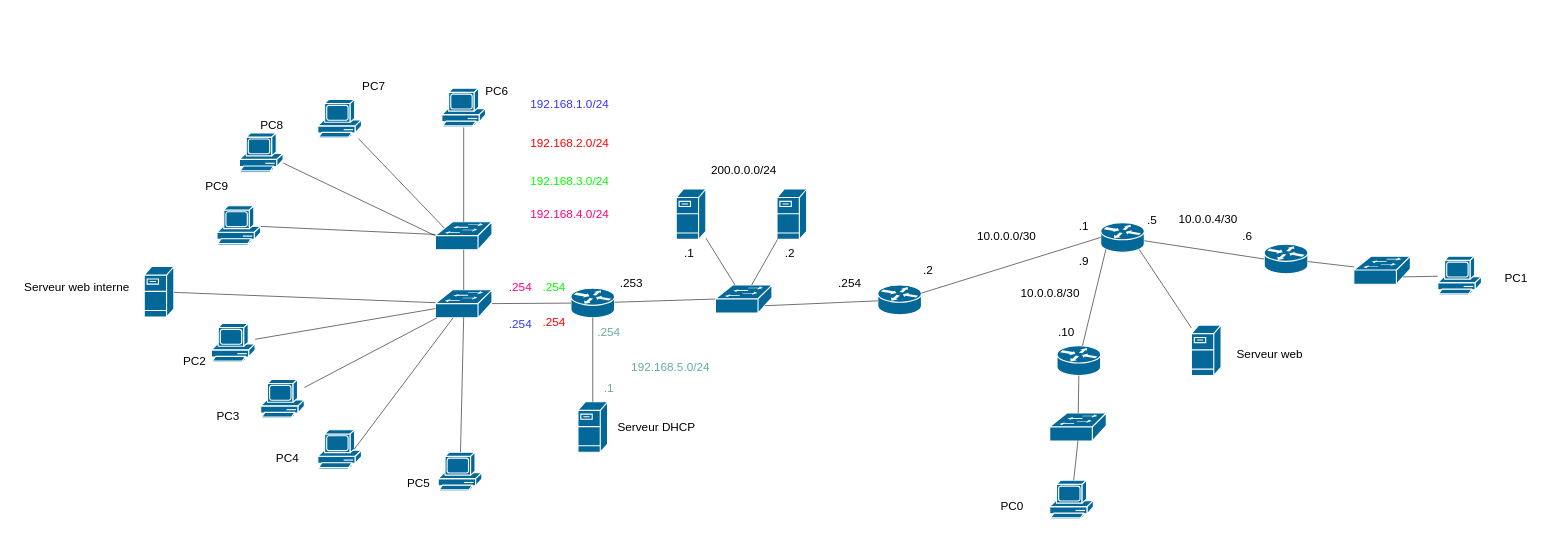
The draw.io diagram schema.drawio in CamilleSchlegel/SAE21, before the edit. Source tidied: cells renumbered, new cells numbered last; positions are measured from the earlier drawing's top-left corner, leaving out a move shared by most shapes. Both pictures are drawn from the tidied source at 56%, with x=0, y=0 at pixel (10, 77).
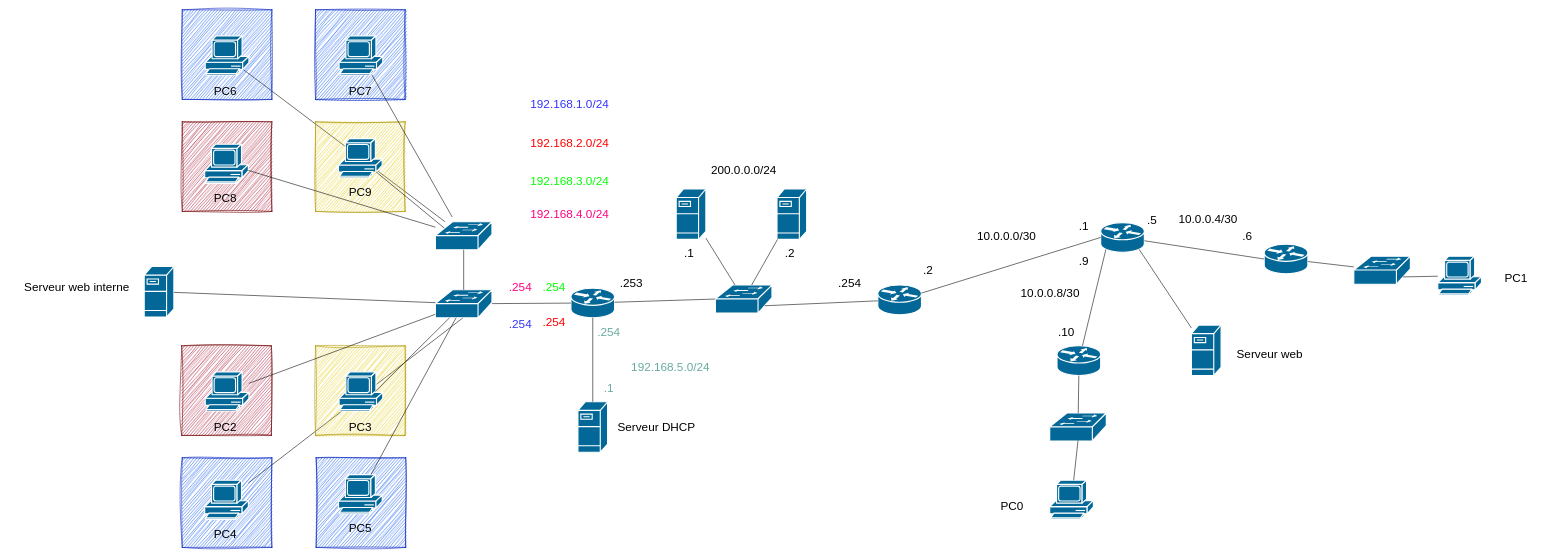
The same diagram, later.

The change refers to these unchanged cells:
```xml
<mxCell id="11" style="shape=mxgraph.cisco.switches.workgroup_switch;sketch=0;html=1;dashed=0;fillColor=#036897;strokeColor=#ffffff;strokeWidth=2;verticalLabelPosition=bottom;verticalAlign=top;align=center;outlineConnect=0;" parent="1" vertex="1">
  <mxGeometry x="760" y="258.5" width="101" height="50" as="geometry" />
</mxCell>
<mxCell id="13" style="shape=mxgraph.cisco.switches.workgroup_switch;sketch=0;html=1;dashed=0;fillColor=#036897;strokeColor=#ffffff;strokeWidth=2;verticalLabelPosition=bottom;verticalAlign=top;align=center;outlineConnect=0;" parent="1" vertex="1">
  <mxGeometry x="760" y="380" width="101" height="50" as="geometry" />
</mxCell>
```

What changed in the source:
```diff
@@
+    <mxCell id="89" style="endArrow=none;html=1;entryX=0.5;entryY=0.98;entryDx=0;entryDy=0;entryPerimeter=0;" parent="1" edge="1" source="103" target="13">
+      <mxGeometry relative="1" as="geometry" />
+    </mxCell>
+    <mxCell id="90" style="endArrow=none;html=1;entryX=0.86;entryY=0.85;entryDx=0;entryDy=0;entryPerimeter=0;" parent="1" edge="1" source="11" target="3">
+      <mxGeometry relative="1" as="geometry" />
+    </mxCell>
+    <mxCell id="91" style="whiteSpace=wrap;html=1;fillColor=#0050ef;strokeColor=#001DBC;rounded=0;glass=0;sketch=1;curveFitting=1;jiggle=2;fontColor=#ffffff;" parent="1" vertex="1">
+      <mxGeometry x="308" y="-120" width="160" height="160" as="geometry" />
+    </mxCell>
+    <mxCell id="92" style="whiteSpace=wrap;html=1;fillColor=#0050ef;strokeColor=#001DBC;rounded=0;glass=0;sketch=1;curveFitting=1;jiggle=2;fontColor=#ffffff;" parent="1" vertex="1">
+      <mxGeometry x="546" y="-120" width="160" height="160" as="geometry" />
+    </mxCell>
+    <mxCell id="93" style="whiteSpace=wrap;html=1;fillColor=#e3c800;fontColor=#000000;strokeColor=#B09500;rounded=0;glass=0;sketch=1;curveFitting=1;jiggle=2;" parent="1" vertex="1">
+      <mxGeometry x="546" y="80" width="160" height="160" as="geometry" />
+    </mxCell>
+    <mxCell id="94" style="whiteSpace=wrap;html=1;fillColor=#a20025;fontColor=#ffffff;strokeColor=#6F0000;rounded=0;glass=0;sketch=1;curveFitting=1;jiggle=2;" parent="1" vertex="1">
+      <mxGeometry x="308" y="80" width="160" height="160" as="geometry" />
+    </mxCell>
     <mxCell id="2" style="shape=mxgraph.cisco.computers_and_peripherals.pc;html=1;dashed=0;fillColor=#036897;strokeColor=#ffffff;strokeWidth=2;verticalLabelPosition=bottom;verticalAlign=top;align=center;outlineConnect=0;" parent="1" vertex="1">
-      <mxGeometry x="550" y="40" width="78" height="70" as="geometry" />
+      <mxGeometry x="588" y="-73.5" width="78" height="70" as="geometry" />
     </mxCell>
     <mxCell id="3" style="shape=mxgraph.cisco.computers_and_peripherals.pc;html=1;dashed=0;fillColor=#036897;strokeColor=#ffffff;strokeWidth=2;verticalLabelPosition=bottom;verticalAlign=top;align=center;outlineConnect=0;" parent="1" vertex="1">
-      <mxGeometry x="771.5" y="20" width="78" height="70" as="geometry" />
+      <mxGeometry x="349" y="-73.5" width="78" height="70" as="geometry" />
     </mxCell>
     <mxCell id="4" style="shape=mxgraph.cisco.computers_and_peripherals.pc;html=1;dashed=0;fillColor=#036897;strokeColor=#ffffff;strokeWidth=2;verticalLabelPosition=bottom;verticalAlign=top;align=center;outlineConnect=0;" parent="1" vertex="1">
-      <mxGeometry x="370" y="230" width="78" height="70" as="geometry" />
+      <mxGeometry x="587" y="110" width="78" height="70" as="geometry" />
     </mxCell>
     <mxCell id="5" style="shape=mxgraph.cisco.computers_and_peripherals.pc;html=1;dashed=0;fillColor=#036897;strokeColor=#ffffff;strokeWidth=2;verticalLabelPosition=bottom;verticalAlign=top;align=center;outlineConnect=0;" parent="1" vertex="1">
-      <mxGeometry x="410" y="100" width="78" height="70" as="geometry" />
+      <mxGeometry x="348" y="120" width="78" height="70" as="geometry" />
     </mxCell>
-    <mxCell id="6" style="shape=mxgraph.cisco.computers_and_peripherals.pc;html=1;dashed=0;fillColor=#036897;strokeColor=#ffffff;strokeWidth=2;verticalLabelPosition=bottom;verticalAlign=top;align=center;outlineConnect=0;" parent="1" vertex="1">
-      <mxGeometry x="360" y="440" width="78" height="70" as="geometry" />
-    </mxCell>
-    <mxCell id="7" style="shape=mxgraph.cisco.computers_and_peripherals.pc;html=1;dashed=0;fillColor=#036897;strokeColor=#ffffff;strokeWidth=2;verticalLabelPosition=bottom;verticalAlign=top;align=center;outlineConnect=0;" parent="1" vertex="1">
-      <mxGeometry x="448" y="540" width="78" height="70" as="geometry" />
-    </mxCell>
-    <mxCell id="8" style="shape=mxgraph.cisco.computers_and_peripherals.pc;html=1;dashed=0;fillColor=#036897;strokeColor=#ffffff;strokeWidth=2;verticalLabelPosition=bottom;verticalAlign=top;align=center;outlineConnect=0;" parent="1" vertex="1">
-      <mxGeometry x="550" y="630" width="78" height="70" as="geometry" />
-    </mxCell>
-    <mxCell id="9" style="shape=mxgraph.cisco.computers_and_peripherals.pc;html=1;dashed=0;fillColor=#036897;strokeColor=#ffffff;strokeWidth=2;verticalLabelPosition=bottom;verticalAlign=top;align=center;outlineConnect=0;" parent="1" vertex="1">
-      <mxGeometry x="765" y="670" width="78" height="70" as="geometry" />
-    </mxCell>
@@
-    <mxCell id="23" style="endArrow=none;html=1;rounded=0;entryX=0.5;entryY=0.98;entryDx=0;entryDy=0;entryPerimeter=0;" parent="1" edge="1" source="9" target="13">
-      <mxGeometry relative="1" as="geometry" />
-    </mxCell>
-    <mxCell id="24" style="endArrow=none;html=1;rounded=0;" parent="1" edge="1" source="7" target="13">
-      <mxGeometry relative="1" as="geometry" />
-    </mxCell>
-    <mxCell id="25" style="endArrow=none;html=1;rounded=0;exitX=0.83;exitY=0.5;exitDx=0;exitDy=0;exitPerimeter=0;" parent="1" edge="1" source="8" target="13">
-      <mxGeometry relative="1" as="geometry" />
-    </mxCell>
-    <mxCell id="26" style="endArrow=none;html=1;rounded=0;" parent="1" edge="1" source="6" target="13">
-      <mxGeometry relative="1" as="geometry" />
-    </mxCell>
@@
-    <mxCell id="28" style="endArrow=none;html=1;rounded=0;" parent="1" edge="1" source="3" target="11">
-      <mxGeometry relative="1" as="geometry" />
-    </mxCell>
-    <mxCell id="29" style="endArrow=none;html=1;rounded=0;entryX=0.16;entryY=0.23;entryDx=0;entryDy=0;entryPerimeter=0;" parent="1" edge="1" source="2" target="11">
-      <mxGeometry relative="1" as="geometry" />
+    <mxCell id="29" style="endArrow=none;html=1;rounded=0;" parent="1" edge="1" source="2">
+      <mxGeometry relative="1" as="geometry">
+        <mxPoint x="790" y="250" as="targetPoint" />
+      </mxGeometry>
     </mxCell>
-    <mxCell id="30" style="endArrow=none;html=1;rounded=0;" parent="1" edge="1" source="4" target="11">
-      <mxGeometry relative="1" as="geometry" />
-    </mxCell>
-    <mxCell id="31" style="endArrow=none;html=1;rounded=0;entryX=0;entryY=0.5;entryDx=0;entryDy=0;entryPerimeter=0;" parent="1" edge="1" source="5" target="11">
-      <mxGeometry relative="1" as="geometry" />
-    </mxCell>
@@
-    <mxCell id="66" value="&lt;font style=&quot;font-size: 21px;&quot;&gt;PC2&lt;/font&gt;" style="text;html=1;strokeColor=none;fillColor=none;align=center;verticalAlign=middle;whiteSpace=wrap;rounded=0;" parent="1" vertex="1">
-      <mxGeometry x="300" y="491.5" width="60" height="30" as="geometry" />
-    </mxCell>
-    <mxCell id="67" value="&lt;font style=&quot;font-size: 21px;&quot;&gt;PC5&lt;/font&gt;" style="text;html=1;strokeColor=none;fillColor=none;align=center;verticalAlign=middle;whiteSpace=wrap;rounded=0;" parent="1" vertex="1">
-      <mxGeometry x="700" y="710" width="60" height="30" as="geometry" />
-    </mxCell>
-    <mxCell id="68" value="&lt;font style=&quot;font-size: 21px;&quot;&gt;PC4&lt;/font&gt;" style="text;html=1;strokeColor=none;fillColor=none;align=center;verticalAlign=middle;whiteSpace=wrap;rounded=0;" parent="1" vertex="1">
-      <mxGeometry x="466" y="665" width="60" height="30" as="geometry" />
-    </mxCell>
-    <mxCell id="69" value="&lt;font style=&quot;font-size: 21px;&quot;&gt;PC3&lt;/font&gt;" style="text;html=1;strokeColor=none;fillColor=none;align=center;verticalAlign=middle;whiteSpace=wrap;rounded=0;" parent="1" vertex="1">
-      <mxGeometry x="360" y="590" width="60" height="30" as="geometry" />
-    </mxCell>
     <mxCell id="70" value="&lt;font style=&quot;font-size: 21px;&quot;&gt;PC6&lt;/font&gt;" style="text;html=1;strokeColor=none;fillColor=none;align=center;verticalAlign=middle;whiteSpace=wrap;rounded=0;" parent="1" vertex="1">
-      <mxGeometry x="840" y="10" width="60" height="30" as="geometry" />
+      <mxGeometry x="355" y="10" width="60" height="30" as="geometry" />
     </mxCell>
     <mxCell id="71" value="&lt;div&gt;&lt;font style=&quot;font-size: 21px;&quot;&gt;PC7&lt;/font&gt;&lt;/div&gt;" style="text;html=1;strokeColor=none;fillColor=none;align=center;verticalAlign=middle;whiteSpace=wrap;rounded=0;" parent="1" vertex="1">
-      <mxGeometry x="620" width="60" height="30" as="geometry" />
+      <mxGeometry x="596" y="10" width="60" height="30" as="geometry" />
     </mxCell>
     <mxCell id="72" value="&lt;font style=&quot;font-size: 21px;&quot;&gt;PC8&lt;/font&gt;" style="text;html=1;strokeColor=none;fillColor=none;align=center;verticalAlign=middle;whiteSpace=wrap;rounded=0;" parent="1" vertex="1">
-      <mxGeometry x="438" y="70" width="60" height="30" as="geometry" />
+      <mxGeometry x="355" y="200" width="60" height="30" as="geometry" />
     </mxCell>
     <mxCell id="73" value="&lt;div&gt;&lt;font style=&quot;font-size: 21px;&quot;&gt;PC9&lt;/font&gt;&lt;/div&gt;" style="text;html=1;strokeColor=none;fillColor=none;align=center;verticalAlign=middle;whiteSpace=wrap;rounded=0;" parent="1" vertex="1">
-      <mxGeometry x="340" y="180" width="60" height="30" as="geometry" />
+      <mxGeometry x="596" y="190" width="60" height="30" as="geometry" />
     </mxCell>
@@
+    <mxCell id="31" style="endArrow=none;html=1;" parent="1" edge="1" source="5" target="11">
+      <mxGeometry relative="1" as="geometry" />
+    </mxCell>
+    <mxCell id="95" style="endArrow=none;html=1;entryX=0.86;entryY=0.85;entryDx=0;entryDy=0;entryPerimeter=0;exitX=0.16;exitY=0.23;exitDx=0;exitDy=0;exitPerimeter=0;" parent="1" edge="1" source="11" target="4">
+      <mxGeometry relative="1" as="geometry" />
+    </mxCell>
+    <mxCell id="96" style="whiteSpace=wrap;html=1;fillColor=#0050ef;strokeColor=#001DBC;rounded=0;glass=0;sketch=1;curveFitting=1;jiggle=2;fontColor=#ffffff;" parent="1" vertex="1">
+      <mxGeometry x="308" y="680" width="160" height="160" as="geometry" />
+    </mxCell>
+    <mxCell id="97" style="whiteSpace=wrap;html=1;fillColor=#0050ef;strokeColor=#001DBC;rounded=0;glass=0;sketch=1;curveFitting=1;jiggle=2;fontColor=#ffffff;" parent="1" vertex="1">
+      <mxGeometry x="547" y="680" width="160" height="160" as="geometry" />
+    </mxCell>
+    <mxCell id="98" style="whiteSpace=wrap;html=1;fillColor=#e3c800;fontColor=#000000;strokeColor=#B09500;rounded=0;glass=0;sketch=1;curveFitting=1;jiggle=2;" parent="1" vertex="1">
+      <mxGeometry x="546" y="480" width="160" height="160" as="geometry" />
+    </mxCell>
+    <mxCell id="99" style="whiteSpace=wrap;html=1;fillColor=#a20025;fontColor=#ffffff;strokeColor=#6F0000;rounded=0;glass=0;sketch=1;curveFitting=1;jiggle=2;" parent="1" vertex="1">
+      <mxGeometry x="307" y="480" width="160" height="160" as="geometry" />
+    </mxCell>
+    <mxCell id="100" style="shape=mxgraph.cisco.computers_and_peripherals.pc;html=1;dashed=0;fillColor=#036897;strokeColor=#ffffff;strokeWidth=2;verticalLabelPosition=bottom;verticalAlign=top;align=center;outlineConnect=0;" parent="1" vertex="1">
+      <mxGeometry x="588" y="526.5" width="78" height="70" as="geometry" />
+    </mxCell>
+    <mxCell id="101" style="shape=mxgraph.cisco.computers_and_peripherals.pc;html=1;dashed=0;fillColor=#036897;strokeColor=#ffffff;strokeWidth=2;verticalLabelPosition=bottom;verticalAlign=top;align=center;outlineConnect=0;" parent="1" vertex="1">
+      <mxGeometry x="349" y="526.5" width="78" height="70" as="geometry" />
+    </mxCell>
+    <mxCell id="102" style="shape=mxgraph.cisco.computers_and_peripherals.pc;html=1;dashed=0;fillColor=#036897;strokeColor=#ffffff;strokeWidth=2;verticalLabelPosition=bottom;verticalAlign=top;align=center;outlineConnect=0;" parent="1" vertex="1">
+      <mxGeometry x="587" y="710" width="78" height="70" as="geometry" />
+    </mxCell>
+    <mxCell id="103" style="shape=mxgraph.cisco.computers_and_peripherals.pc;html=1;dashed=0;fillColor=#036897;strokeColor=#ffffff;strokeWidth=2;verticalLabelPosition=bottom;verticalAlign=top;align=center;outlineConnect=0;" parent="1" vertex="1">
+      <mxGeometry x="348" y="720" width="78" height="70" as="geometry" />
+    </mxCell>
+    <mxCell id="66" value="&lt;font style=&quot;font-size: 21px;&quot;&gt;PC2&lt;/font&gt;" style="text;html=1;strokeColor=none;fillColor=none;align=center;verticalAlign=middle;whiteSpace=wrap;rounded=0;" parent="1" vertex="1">
+      <mxGeometry x="355" y="610" width="60" height="30" as="geometry" />
+    </mxCell>
+    <mxCell id="69" value="&lt;div&gt;&lt;font style=&quot;font-size: 21px;&quot;&gt;PC3&lt;/font&gt;&lt;/div&gt;" style="text;html=1;strokeColor=none;fillColor=none;align=center;verticalAlign=middle;whiteSpace=wrap;rounded=0;" parent="1" vertex="1">
+      <mxGeometry x="596" y="610" width="60" height="30" as="geometry" />
+    </mxCell>
+    <mxCell id="68" value="&lt;font style=&quot;font-size: 21px;&quot;&gt;PC4&lt;/font&gt;" style="text;html=1;strokeColor=none;fillColor=none;align=center;verticalAlign=middle;whiteSpace=wrap;rounded=0;" parent="1" vertex="1">
+      <mxGeometry x="355" y="800" width="60" height="30" as="geometry" />
+    </mxCell>
+    <mxCell id="67" value="&lt;div&gt;&lt;font style=&quot;font-size: 21px;&quot;&gt;PC5&lt;/font&gt;&lt;/div&gt;" style="text;html=1;strokeColor=none;fillColor=none;align=center;verticalAlign=middle;whiteSpace=wrap;rounded=0;" parent="1" vertex="1">
+      <mxGeometry x="596" y="790" width="60" height="30" as="geometry" />
+    </mxCell>
+    <mxCell id="104" style="endArrow=none;html=1;" parent="1" edge="1" source="101" target="13">
+      <mxGeometry relative="1" as="geometry" />
+    </mxCell>
+    <mxCell id="105" style="endArrow=none;html=1;exitX=0.83;exitY=0.5;exitDx=0;exitDy=0;exitPerimeter=0;" parent="1" edge="1" source="100" target="13">
+      <mxGeometry relative="1" as="geometry" />
+    </mxCell>
+    <mxCell id="106" style="endArrow=none;html=1;" parent="1" edge="1" source="102" target="13">
+      <mxGeometry relative="1" as="geometry" />
+    </mxCell>
```
